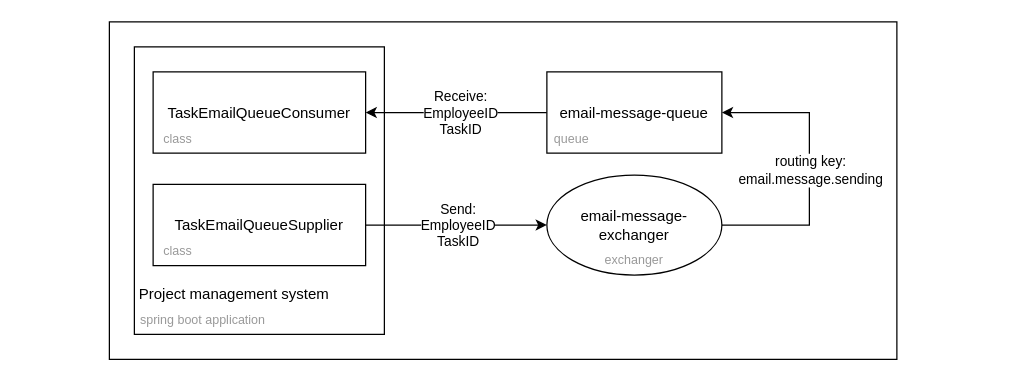
This is doc/arch/use-case/drawio/rabbitMQ.drawio from PavelNaymovets/project_management_system, a draw.io file, before an edit. Source tidied: cells renumbered, new cells numbered last; positions are measured from the earlier drawing's top-left corner, leaving out a move shared by most shapes. Both pictures are drawn from the tidied source at 125%, with x=0, y=0 at pixel (109, 21).
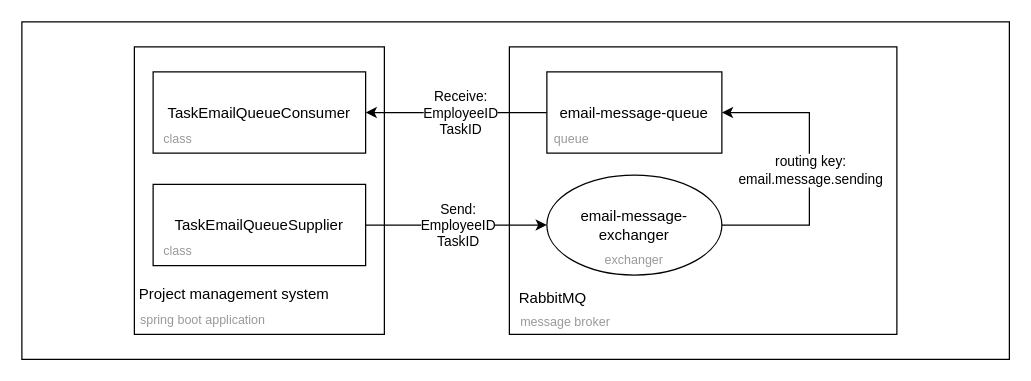
After the change.

Diff of the diagram source:
```diff
@@
     <mxCell id="2" style="whiteSpace=wrap;html=1;" parent="1" vertex="1">
-      <mxGeometry width="630" height="270" as="geometry" />
+      <mxGeometry x="-70" width="790" height="270" as="geometry" />
     </mxCell>
+    <mxCell id="22" style="whiteSpace=wrap;html=1;" parent="1" vertex="1">
+      <mxGeometry x="320" y="20" width="310" height="230" as="geometry" />
+    </mxCell>
+    <mxCell id="23" value="RabbitMQ" style="text;html=1;strokeColor=none;fillColor=none;align=center;verticalAlign=middle;whiteSpace=wrap;rounded=0;" parent="1" vertex="1">
+      <mxGeometry x="320" y="210" width="70" height="22.5" as="geometry" />
+    </mxCell>
+    <mxCell id="24" value="&lt;font color=&quot;#999999&quot; style=&quot;font-size: 10px;&quot;&gt;message broker&lt;/font&gt;" style="text;html=1;strokeColor=none;fillColor=none;align=center;verticalAlign=middle;whiteSpace=wrap;rounded=0;" parent="1" vertex="1">
+      <mxGeometry x="320" y="230" width="90" height="20" as="geometry" />
+    </mxCell>
```
